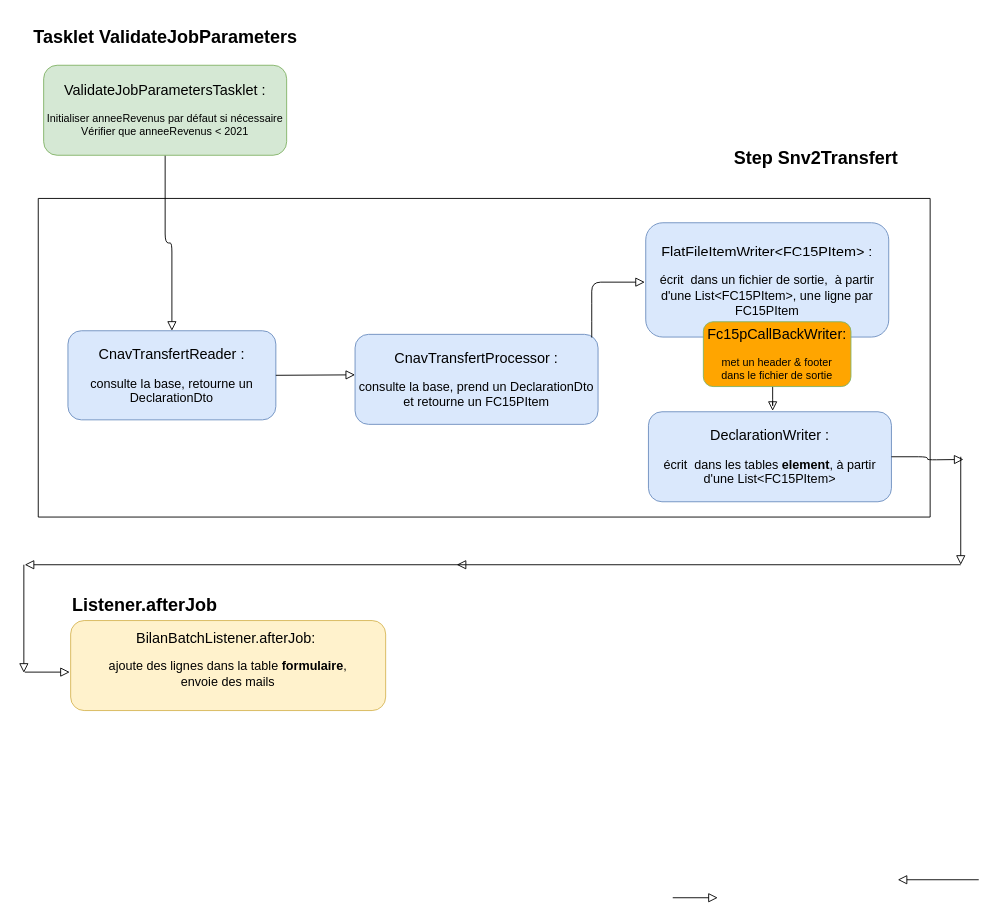
Earlier version of the draw.io diagram flux_decipam_cnav_transfert.drawio (ewan-delanoy/uml_diagram). Source tidied: cells renumbered, new cells numbered last; positions are measured from the earlier drawing's top-left corner, leaving out a move shared by most shapes. Both pictures are drawn from the tidied source at 90%, with x=0, y=0 at pixel (23, 15).
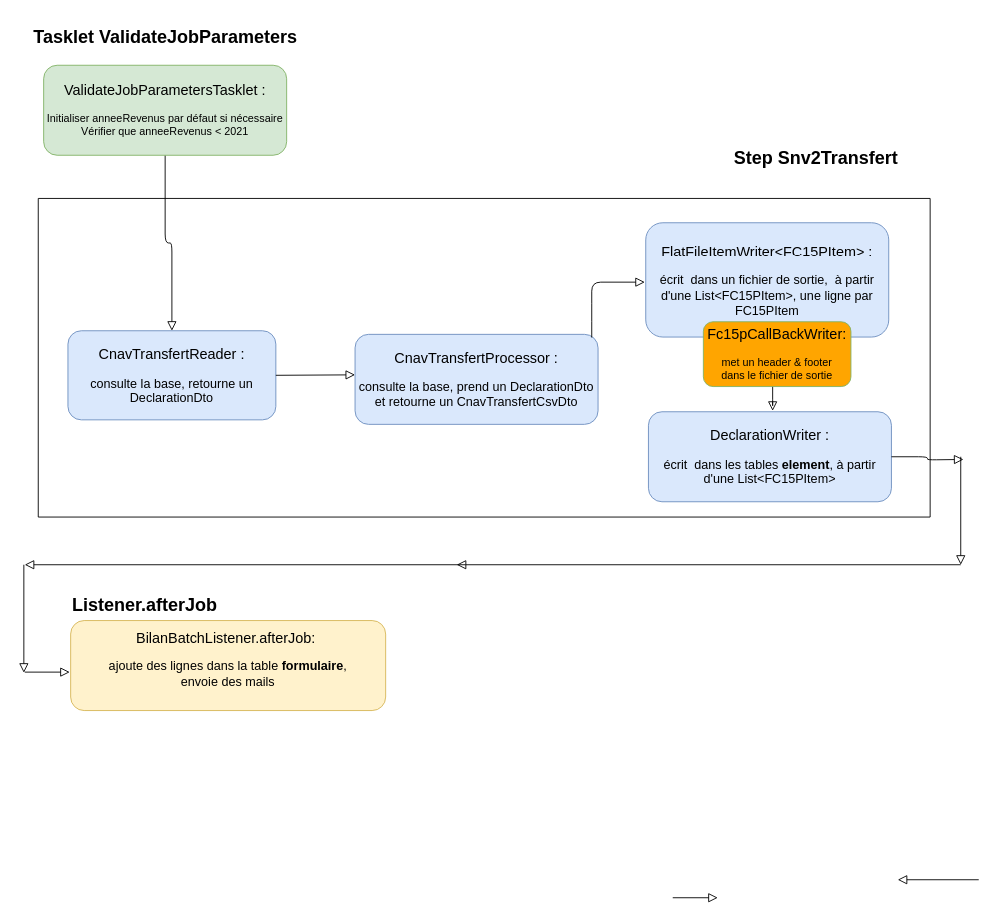
After the change.

Commit message:
Mettre à jour flux_decipam_cnav_transfert.drawio

Diff of the diagram source:
```diff
@@
-    <mxCell id="6" value="&lt;font style=&quot;font-size: 16px;&quot;&gt;CnavTransfertProcessor :&lt;/font&gt; &lt;div&gt;&lt;br&gt;&lt;/div&gt;&lt;font style=&quot;font-size: 14px;&quot;&gt;consulte la base, prend un DeclarationDto &lt;br&gt;et retourne un FC15PItem &lt;br&gt;&lt;/font&gt;" style="rounded=1;whiteSpace=wrap;html=1;fontSize=12;glass=0;strokeWidth=1;shadow=0;fillColor=#dae8fc;strokeColor=#6c8ebf;" parent="1" vertex="1">
+    <mxCell id="6" value="&lt;font style=&quot;font-size: 16px;&quot;&gt;CnavTransfertProcessor :&lt;/font&gt; &lt;div&gt;&lt;br&gt;&lt;/div&gt;&lt;font style=&quot;font-size: 14px;&quot;&gt;consulte la base, prend un DeclarationDto &lt;br&gt;et retourne un CnavTransfertCsvDto &lt;br&gt;&lt;/font&gt;" style="rounded=1;whiteSpace=wrap;html=1;fontSize=12;glass=0;strokeWidth=1;shadow=0;fillColor=#dae8fc;strokeColor=#6c8ebf;" parent="1" vertex="1">
       <mxGeometry x="368" y="354" width="270" height="100" as="geometry" />
     </mxCell>
```
